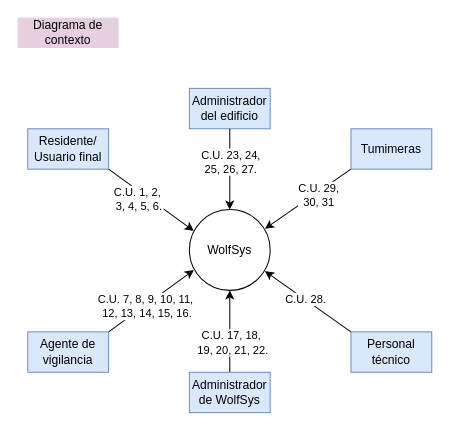
Before: Documentación de la arquitectura/Diagramas/Editables-drawio/Diagrama-de-contexto.drawio in LIMoreno04/Caso-de-estudio---WolfSys---Arquitectura, a draw.io diagram. Source tidied: cells renumbered, new cells numbered last; positions are measured from the earlier drawing's top-left corner, leaving out a move shared by most shapes. Both pictures are drawn from the tidied source at 101%, with x=0, y=0 at pixel (17, 17).
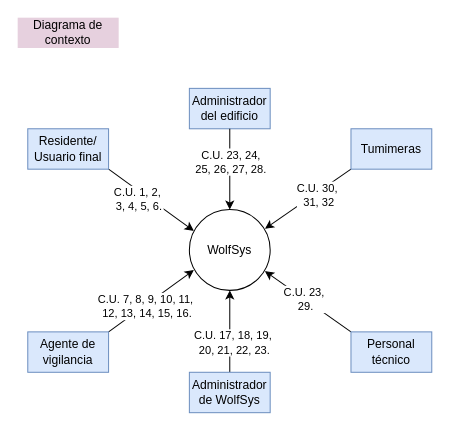
After the change.

Unchanged cells that the change refers to:
```xml
<mxCell id="6" style="rounded=0;jettySize=auto;html=1;exitX=0.5;exitY=0;exitDx=0;exitDy=0;entryX=0.5;entryY=1;entryDx=0;entryDy=0;" parent="1" edge="1" source="8" target="2">
  <mxGeometry relative="1" as="geometry" />
</mxCell>
<mxCell id="9" style="rounded=0;jettySize=auto;html=1;exitX=0;exitY=1;exitDx=0;exitDy=0;entryX=0.935;entryY=0.238;entryDx=0;entryDy=0;entryPerimeter=0;" parent="1" edge="1" source="18" target="2">
  <mxGeometry relative="1" as="geometry" />
</mxCell>
<mxCell id="11" style="rounded=0;jettySize=auto;html=1;exitX=0;exitY=0;exitDx=0;exitDy=0;entryX=0.935;entryY=0.763;entryDx=0;entryDy=0;entryPerimeter=0;" parent="1" edge="1" source="13" target="2">
  <mxGeometry relative="1" as="geometry" />
</mxCell>
<mxCell id="20" style="rounded=0;jettySize=auto;html=1;entryX=0.5;entryY=0;entryDx=0;entryDy=0;" parent="1" edge="1" source="19" target="2">
  <mxGeometry relative="1" as="geometry" />
</mxCell>
```

Change to the diagram source:
```diff
@@
-    <mxCell id="7" value="C.U. 17, 18,&amp;nbsp;&lt;div&gt;&lt;span style=&quot;background-color: light-dark(#ffffff, var(--ge-dark-color, #121212)); color: light-dark(rgb(0, 0, 0), rgb(255, 255, 255));&quot;&gt;19, 20, 21, 22.&lt;/span&gt;&lt;/div&gt;" style="edgeLabel;html=1;align=center;verticalAlign=middle;" parent="6" vertex="1">
+    <mxCell id="7" value="C.U. 17, 18,&amp;nbsp;&lt;span style=&quot;background-color: light-dark(#ffffff, var(--ge-dark-color, #121212)); color: light-dark(rgb(0, 0, 0), rgb(255, 255, 255));&quot;&gt;19,&lt;/span&gt;&lt;div&gt;&lt;span style=&quot;background-color: light-dark(#ffffff, var(--ge-dark-color, #121212)); color: light-dark(rgb(0, 0, 0), rgb(255, 255, 255));&quot;&gt;&amp;nbsp;20, 21, 22, 23.&lt;/span&gt;&lt;/div&gt;" style="edgeLabel;html=1;align=center;verticalAlign=middle;" parent="6" vertex="1">
       <mxGeometry x="0.02" relative="1" as="geometry">
         <mxPoint x="2" y="11" as="offset" />
       </mxGeometry>
     </mxCell>
@@
-    <mxCell id="10" value="C.U. 29,&lt;div&gt;30, 31&lt;/div&gt;" style="edgeLabel;html=1;align=center;verticalAlign=middle;" parent="9" vertex="1">
+    <mxCell id="10" value="C.U.&amp;nbsp;&lt;span style=&quot;background-color: light-dark(#ffffff, var(--ge-dark-color, #121212)); color: light-dark(rgb(0, 0, 0), rgb(255, 255, 255));&quot;&gt;30,&amp;nbsp;&lt;/span&gt;&lt;div&gt;&lt;span style=&quot;background-color: light-dark(#ffffff, var(--ge-dark-color, #121212)); color: light-dark(rgb(0, 0, 0), rgb(255, 255, 255));&quot;&gt;31, 32&lt;/span&gt;&lt;/div&gt;" style="edgeLabel;html=1;align=center;verticalAlign=middle;" parent="9" vertex="1">
       <mxGeometry x="0.11" y="1" relative="1" as="geometry">
         <mxPoint x="15" y="-8" as="offset" />
       </mxGeometry>
     </mxCell>
@@
-    <mxCell id="12" value="C.U. 28." style="edgeLabel;html=1;align=center;verticalAlign=middle;" parent="11" vertex="1">
+    <mxCell id="12" value="C.U. 23,&amp;nbsp;&lt;div&gt;29.&lt;/div&gt;" style="edgeLabel;html=1;align=center;verticalAlign=middle;" parent="11" vertex="1">
       <mxGeometry x="0.07" y="-1" relative="1" as="geometry" />
     </mxCell>
@@
-    <mxCell id="21" value="C.U. 23, 24,&lt;div&gt;&lt;span style=&quot;background-color: light-dark(#ffffff, var(--ge-dark-color, #121212)); color: light-dark(rgb(0, 0, 0), rgb(255, 255, 255));&quot;&gt;25, 26, 27.&lt;/span&gt;&lt;/div&gt;" style="edgeLabel;html=1;align=center;verticalAlign=middle;" parent="20" vertex="1">
+    <mxCell id="21" value="C.U. 23, 24,&lt;div&gt;&lt;span style=&quot;background-color: light-dark(#ffffff, var(--ge-dark-color, #121212)); color: light-dark(rgb(0, 0, 0), rgb(255, 255, 255));&quot;&gt;25, 26, 27, 28.&lt;/span&gt;&lt;/div&gt;" style="edgeLabel;html=1;align=center;verticalAlign=middle;" parent="20" vertex="1">
       <mxGeometry x="-0.5" relative="1" as="geometry">
         <mxPoint y="12" as="offset" />
       </mxGeometry>
     </mxCell>
```
